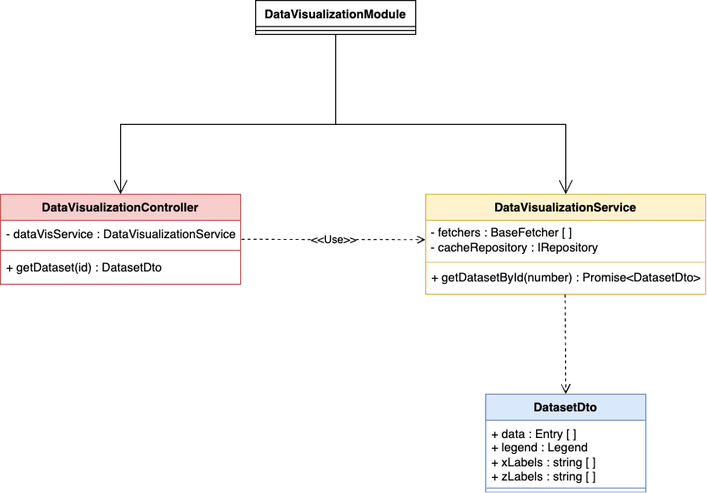
Earlier version of the draw.io export Docs/PB/Generali Esterni/specifica_tecnica/template/images/uml_back/DatavisModule.png (6BitBusters/6BitBusters.github.io). Source tidied: cells renumbered, new cells last; positions are measured from the earlier drawing's top-left corner, leaving out a move shared by most shapes. The source it was exported from:
```xml
<mxGraphModel>
  <root>
    <mxCell id="0" />
    <mxCell id="1" parent="0" />
    <mxCell id="2" value="DataVisualizationModule" style="swimlane;fontStyle=1;align=center;verticalAlign=top;horizontal=1;startSize=26;whiteSpace=wrap;html=1;" parent="1" vertex="1">
      <mxGeometry x="255" width="160" height="34" as="geometry" />
    </mxCell>
    <mxCell id="3" style="line;strokeWidth=1;fillColor=none;align=left;verticalAlign=middle;spacingTop=-1;spacingLeft=3;spacingRight=3;labelPosition=right;points=[];portConstraint=eastwest;strokeColor=inherit;" parent="2" vertex="1">
      <mxGeometry y="26" width="160" height="8" as="geometry" />
    </mxCell>
    <mxCell id="4" value="DataVisualizationController" style="swimlane;fontStyle=1;align=center;verticalAlign=top;horizontal=1;startSize=26;whiteSpace=wrap;html=1;fillColor=#f8cecc;strokeColor=#b85450;" parent="1" vertex="1">
      <mxGeometry y="194" width="240" height="90" as="geometry" />
    </mxCell>
    <mxCell id="5" value="- dataVisService : DataVisualizationService" style="text;strokeColor=none;fillColor=none;align=left;verticalAlign=top;spacingLeft=4;spacingRight=4;overflow=hidden;points=[[0,0.5],[1,0.5]];portConstraint=eastwest;whiteSpace=wrap;html=1;" parent="4" vertex="1">
      <mxGeometry y="26" width="240" height="26" as="geometry" />
    </mxCell>
    <mxCell id="6" style="line;strokeWidth=1;fillColor=none;align=left;verticalAlign=middle;spacingTop=-1;spacingLeft=3;spacingRight=3;labelPosition=right;strokeColor=inherit;" parent="4" vertex="1">
      <mxGeometry y="52" width="240" height="8" as="geometry" />
    </mxCell>
    <mxCell id="7" value="+ getDataset(id) : DatasetDto" style="text;strokeColor=none;fillColor=none;align=left;verticalAlign=top;spacingLeft=4;spacingRight=4;overflow=hidden;points=[[0,0.5],[1,0.5]];portConstraint=eastwest;whiteSpace=wrap;html=1;" parent="4" vertex="1">
      <mxGeometry y="60" width="240" height="30" as="geometry" />
    </mxCell>
    <mxCell id="8" value="DataVisualizationService" style="swimlane;fontStyle=1;align=center;verticalAlign=top;horizontal=1;startSize=26;whiteSpace=wrap;html=1;fillColor=#fff2cc;strokeColor=#d6b656;" parent="1" vertex="1">
      <mxGeometry x="425" y="194" width="280" height="100" as="geometry" />
    </mxCell>
    <mxCell id="9" value="&amp;nbsp;- fetchers : BaseFetcher [ ]&lt;div&gt;&amp;nbsp;- cacheRepository : IRepository&lt;/div&gt;" style="text;html=1;align=left;verticalAlign=middle;points=[];strokeColor=none;fillColor=none;" parent="8" vertex="1">
      <mxGeometry y="26" width="280" height="40" as="geometry" />
    </mxCell>
    <mxCell id="10" value="&#10;" style="line;strokeWidth=1;fillColor=none;align=left;verticalAlign=middle;spacingTop=-1;spacingLeft=3;spacingRight=3;labelPosition=right;strokeColor=inherit;" parent="8" vertex="1">
      <mxGeometry y="66" width="280" height="4" as="geometry" />
    </mxCell>
    <mxCell id="11" value="+ getDatasetById(number) : Promise&amp;lt;DatasetDto&amp;gt;" style="text;strokeColor=none;fillColor=none;align=left;verticalAlign=top;spacingLeft=4;spacingRight=4;overflow=hidden;points=[[0,0.5],[1,0.5]];portConstraint=eastwest;whiteSpace=wrap;html=1;" parent="8" vertex="1">
      <mxGeometry y="70" width="280" height="30" as="geometry" />
    </mxCell>
    <mxCell id="12" style="endArrow=open;endFill=1;endSize=12;html=1;rounded=0;entryX=0.5;entryY=0;entryDx=0;entryDy=0;" parent="1" edge="1" target="4">
      <mxGeometry relative="1" as="geometry">
        <mxPoint x="335" y="124" as="sourcePoint" />
        <Array as="points">
          <mxPoint x="120" y="124" />
        </Array>
      </mxGeometry>
    </mxCell>
    <mxCell id="13" style="endArrow=none;html=1;rounded=0;entryX=0.5;entryY=1;entryDx=0;entryDy=0;" parent="1" edge="1" target="2">
      <mxGeometry relative="1" as="geometry">
        <mxPoint x="335" y="124" as="sourcePoint" />
      </mxGeometry>
    </mxCell>
    <mxCell id="14" value="&amp;lt;&amp;lt;Use&amp;gt;&amp;gt;" style="endArrow=open;dashed=1;html=1;rounded=0;entryX=-0.001;entryY=0.483;entryDx=0;entryDy=0;entryPerimeter=0;" parent="1" edge="1" target="9">
      <mxGeometry relative="1" as="geometry">
        <mxPoint x="241" y="239" as="sourcePoint" />
      </mxGeometry>
    </mxCell>
    <mxCell id="15" style="endArrow=open;endFill=1;endSize=12;html=1;rounded=0;entryX=0.5;entryY=0;entryDx=0;entryDy=0;" parent="1" edge="1" target="8">
      <mxGeometry relative="1" as="geometry">
        <mxPoint x="335" y="124" as="sourcePoint" />
        <Array as="points">
          <mxPoint x="565" y="124" />
        </Array>
      </mxGeometry>
    </mxCell>
    <mxCell id="16" style="html=1;verticalAlign=bottom;endArrow=open;dashed=1;endSize=8;curved=0;rounded=0;entryX=0.5;entryY=0;entryDx=0;entryDy=0;exitX=0.498;exitY=1.004;exitDx=0;exitDy=0;exitPerimeter=0;" parent="1" edge="1" source="11" target="17">
      <mxGeometry relative="1" as="geometry" />
    </mxCell>
    <mxCell id="17" value="DatasetDto" style="swimlane;fontStyle=1;align=center;verticalAlign=top;horizontal=1;startSize=26;whiteSpace=wrap;html=1;fillColor=#dae8fc;strokeColor=#6c8ebf;" parent="1" vertex="1">
      <mxGeometry x="485" y="394" width="160" height="98" as="geometry" />
    </mxCell>
    <mxCell id="18" value="+ data : Entry [ ]&lt;div&gt;+ legend : Legend&lt;/div&gt;&lt;div&gt;+ xLabels : string [ ]&lt;/div&gt;&lt;div&gt;+ zLabels : string [ ]&lt;/div&gt;" style="text;strokeColor=none;fillColor=none;align=left;verticalAlign=top;spacingLeft=4;spacingRight=4;overflow=hidden;whiteSpace=wrap;html=1;" parent="17" vertex="1">
      <mxGeometry y="26" width="160" height="64" as="geometry" />
    </mxCell>
    <mxCell id="19" style="line;strokeWidth=1;fillColor=none;align=left;verticalAlign=middle;spacingTop=-1;spacingLeft=3;spacingRight=3;labelPosition=right;strokeColor=inherit;" parent="17" vertex="1">
      <mxGeometry y="90" width="160" height="8" as="geometry" />
    </mxCell>
  </root>
</mxGraphModel>
```
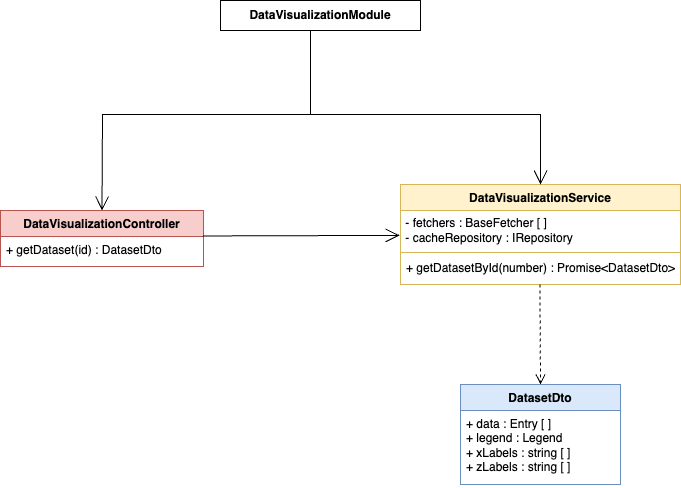
The same diagram one commit later.

Change to the diagram source:
```diff
@@ -2,73 +2,60 @@
   <root>
     <mxCell id="0" />
     <mxCell id="1" parent="0" />
-    <mxCell id="2" value="DataVisualizationModule" style="swimlane;fontStyle=1;align=center;verticalAlign=top;horizontal=1;startSize=26;whiteSpace=wrap;html=1;" parent="1" vertex="1">
-      <mxGeometry x="255" width="160" height="34" as="geometry" />
+    <mxCell id="2" value="DataVisualizationController" style="swimlane;fontStyle=1;align=center;verticalAlign=top;horizontal=1;startSize=26;whiteSpace=wrap;html=1;fillColor=#f8cecc;strokeColor=#b85450;" parent="1" vertex="1">
+      <mxGeometry x="25" y="220" width="203" height="56" as="geometry" />
     </mxCell>
-    <mxCell id="3" style="line;strokeWidth=1;fillColor=none;align=left;verticalAlign=middle;spacingTop=-1;spacingLeft=3;spacingRight=3;labelPosition=right;points=[];portConstraint=eastwest;strokeColor=inherit;" parent="2" vertex="1">
-      <mxGeometry y="26" width="160" height="8" as="geometry" />
+    <mxCell id="3" value="+ getDataset(id) : DatasetDto" style="text;strokeColor=none;fillColor=none;align=left;verticalAlign=top;spacingLeft=4;spacingRight=4;overflow=hidden;points=[[0,0.5],[1,0.5]];portConstraint=eastwest;whiteSpace=wrap;html=1;" parent="2" vertex="1">
+      <mxGeometry y="26" width="203" height="30" as="geometry" />
     </mxCell>
-    <mxCell id="4" value="DataVisualizationController" style="swimlane;fontStyle=1;align=center;verticalAlign=top;horizontal=1;startSize=26;whiteSpace=wrap;html=1;fillColor=#f8cecc;strokeColor=#b85450;" parent="1" vertex="1">
-      <mxGeometry y="194" width="240" height="90" as="geometry" />
+    <mxCell id="4" value="DataVisualizationService" style="swimlane;fontStyle=1;align=center;verticalAlign=top;horizontal=1;startSize=26;whiteSpace=wrap;html=1;fillColor=#fff2cc;strokeColor=#d6b656;" parent="1" vertex="1">
+      <mxGeometry x="425" y="194" width="280" height="100" as="geometry" />
     </mxCell>
-    <mxCell id="5" value="- dataVisService : DataVisualizationService" style="text;strokeColor=none;fillColor=none;align=left;verticalAlign=top;spacingLeft=4;spacingRight=4;overflow=hidden;points=[[0,0.5],[1,0.5]];portConstraint=eastwest;whiteSpace=wrap;html=1;" parent="4" vertex="1">
-      <mxGeometry y="26" width="240" height="26" as="geometry" />
+    <mxCell id="5" value="&amp;nbsp;- fetchers : BaseFetcher [ ]&lt;div&gt;&amp;nbsp;- cacheRepository : IRepository&lt;/div&gt;" style="text;html=1;align=left;verticalAlign=middle;points=[];strokeColor=none;fillColor=none;" parent="4" vertex="1">
+      <mxGeometry y="26" width="280" height="40" as="geometry" />
     </mxCell>
-    <mxCell id="6" style="line;strokeWidth=1;fillColor=none;align=left;verticalAlign=middle;spacingTop=-1;spacingLeft=3;spacingRight=3;labelPosition=right;strokeColor=inherit;" parent="4" vertex="1">
-      <mxGeometry y="52" width="240" height="8" as="geometry" />
+    <mxCell id="6" value="&#10;" style="line;strokeWidth=1;fillColor=none;align=left;verticalAlign=middle;spacingTop=-1;spacingLeft=3;spacingRight=3;labelPosition=right;strokeColor=inherit;" parent="4" vertex="1">
+      <mxGeometry y="66" width="280" height="4" as="geometry" />
     </mxCell>
-    <mxCell id="7" value="+ getDataset(id) : DatasetDto" style="text;strokeColor=none;fillColor=none;align=left;verticalAlign=top;spacingLeft=4;spacingRight=4;overflow=hidden;points=[[0,0.5],[1,0.5]];portConstraint=eastwest;whiteSpace=wrap;html=1;" parent="4" vertex="1">
-      <mxGeometry y="60" width="240" height="30" as="geometry" />
+    <mxCell id="7" value="+ getDatasetById(number) : Promise&amp;lt;DatasetDto&amp;gt;" style="text;strokeColor=none;fillColor=none;align=left;verticalAlign=top;spacingLeft=4;spacingRight=4;overflow=hidden;points=[[0,0.5],[1,0.5]];portConstraint=eastwest;whiteSpace=wrap;html=1;" parent="4" vertex="1">
+      <mxGeometry y="70" width="280" height="30" as="geometry" />
     </mxCell>
-    <mxCell id="8" value="DataVisualizationService" style="swimlane;fontStyle=1;align=center;verticalAlign=top;horizontal=1;startSize=26;whiteSpace=wrap;html=1;fillColor=#fff2cc;strokeColor=#d6b656;" parent="1" vertex="1">
-      <mxGeometry x="425" y="194" width="280" height="100" as="geometry" />
+    <mxCell id="8" style="endArrow=open;endFill=1;endSize=12;html=1;rounded=0;entryX=0.5;entryY=0;entryDx=0;entryDy=0;" parent="1" edge="1" target="2">
+      <mxGeometry relative="1" as="geometry">
+        <mxPoint x="335" y="124" as="sourcePoint" />
+        <Array as="points">
+          <mxPoint x="127" y="124" />
+        </Array>
+      </mxGeometry>
     </mxCell>
-    <mxCell id="9" value="&amp;nbsp;- fetchers : BaseFetcher [ ]&lt;div&gt;&amp;nbsp;- cacheRepository : IRepository&lt;/div&gt;" style="text;html=1;align=left;verticalAlign=middle;points=[];strokeColor=none;fillColor=none;" parent="8" vertex="1">
-      <mxGeometry y="26" width="280" height="40" as="geometry" />
+    <mxCell id="9" style="endArrow=none;html=1;rounded=0;entryX=0.5;entryY=1;entryDx=0;entryDy=0;" parent="1" edge="1">
+      <mxGeometry relative="1" as="geometry">
+        <mxPoint x="335" y="124" as="sourcePoint" />
+        <mxPoint x="335" y="34" as="targetPoint" />
+      </mxGeometry>
     </mxCell>
-    <mxCell id="10" value="&#10;" style="line;strokeWidth=1;fillColor=none;align=left;verticalAlign=middle;spacingTop=-1;spacingLeft=3;spacingRight=3;labelPosition=right;strokeColor=inherit;" parent="8" vertex="1">
-      <mxGeometry y="66" width="280" height="4" as="geometry" />
+    <mxCell id="10" style="endArrow=open;endFill=1;endSize=12;html=1;rounded=0;entryX=0.5;entryY=0;entryDx=0;entryDy=0;" parent="1" edge="1" target="4">
+      <mxGeometry relative="1" as="geometry">
+        <mxPoint x="335" y="124" as="sourcePoint" />
+        <Array as="points">
+          <mxPoint x="565" y="124" />
+        </Array>
+      </mxGeometry>
     </mxCell>
-    <mxCell id="11" value="+ getDatasetById(number) : Promise&amp;lt;DatasetDto&amp;gt;" style="text;strokeColor=none;fillColor=none;align=left;verticalAlign=top;spacingLeft=4;spacingRight=4;overflow=hidden;points=[[0,0.5],[1,0.5]];portConstraint=eastwest;whiteSpace=wrap;html=1;" parent="8" vertex="1">
-      <mxGeometry y="70" width="280" height="30" as="geometry" />
+    <mxCell id="11" style="html=1;verticalAlign=bottom;endArrow=open;dashed=1;endSize=8;curved=0;rounded=0;entryX=0.5;entryY=0;entryDx=0;entryDy=0;exitX=0.498;exitY=1.004;exitDx=0;exitDy=0;exitPerimeter=0;" parent="1" edge="1" source="7" target="12">
+      <mxGeometry relative="1" as="geometry" />
     </mxCell>
-    <mxCell id="12" style="endArrow=open;endFill=1;endSize=12;html=1;rounded=0;entryX=0.5;entryY=0;entryDx=0;entryDy=0;" parent="1" edge="1" target="4">
-      <mxGeometry relative="1" as="geometry">
-        <mxPoint x="335" y="124" as="sourcePoint" />
-        <Array as="points">
-          <mxPoint x="120" y="124" />
-        </Array>
-      </mxGeometry>
+    <mxCell id="12" value="DatasetDto" style="swimlane;fontStyle=1;align=center;verticalAlign=top;horizontal=1;startSize=26;whiteSpace=wrap;html=1;fillColor=#dae8fc;strokeColor=#6c8ebf;" parent="1" vertex="1">
+      <mxGeometry x="485" y="394" width="160" height="100" as="geometry" />
     </mxCell>
-    <mxCell id="13" style="endArrow=none;html=1;rounded=0;entryX=0.5;entryY=1;entryDx=0;entryDy=0;" parent="1" edge="1" target="2">
-      <mxGeometry relative="1" as="geometry">
-        <mxPoint x="335" y="124" as="sourcePoint" />
-      </mxGeometry>
+    <mxCell id="13" value="+ data : Entry [ ]&lt;div&gt;+ legend : Legend&lt;/div&gt;&lt;div&gt;+ xLabels : string [ ]&lt;/div&gt;&lt;div&gt;+ zLabels : string [ ]&lt;/div&gt;" style="text;strokeColor=none;fillColor=none;align=left;verticalAlign=top;spacingLeft=4;spacingRight=4;overflow=hidden;whiteSpace=wrap;html=1;" parent="12" vertex="1">
+      <mxGeometry y="26" width="160" height="74" as="geometry" />
     </mxCell>
-    <mxCell id="14" value="&amp;lt;&amp;lt;Use&amp;gt;&amp;gt;" style="endArrow=open;dashed=1;html=1;rounded=0;entryX=-0.001;entryY=0.483;entryDx=0;entryDy=0;entryPerimeter=0;" parent="1" edge="1" target="9">
-      <mxGeometry relative="1" as="geometry">
-        <mxPoint x="241" y="239" as="sourcePoint" />
-      </mxGeometry>
+    <mxCell id="14" value="&lt;span style=&quot;font-weight: 700;&quot;&gt;DataVisualizationModule&lt;/span&gt;" style="html=1;whiteSpace=wrap;" parent="1" vertex="1">
+      <mxGeometry x="245" y="10" width="200" height="30" as="geometry" />
     </mxCell>
-    <mxCell id="15" style="endArrow=open;endFill=1;endSize=12;html=1;rounded=0;entryX=0.5;entryY=0;entryDx=0;entryDy=0;" parent="1" edge="1" target="8">
-      <mxGeometry relative="1" as="geometry">
-        <mxPoint x="335" y="124" as="sourcePoint" />
-        <Array as="points">
-          <mxPoint x="565" y="124" />
-        </Array>
-      </mxGeometry>
+    <mxCell id="15" style="endArrow=open;endFill=1;endSize=12;html=1;rounded=0;exitX=0.996;exitY=-0.018;exitDx=0;exitDy=0;exitPerimeter=0;entryX=-0.003;entryY=0.622;entryDx=0;entryDy=0;entryPerimeter=0;" parent="1" edge="1" source="3" target="5">
+      <mxGeometry relative="1" as="geometry" />
     </mxCell>
-    <mxCell id="16" style="html=1;verticalAlign=bottom;endArrow=open;dashed=1;endSize=8;curved=0;rounded=0;entryX=0.5;entryY=0;entryDx=0;entryDy=0;exitX=0.498;exitY=1.004;exitDx=0;exitDy=0;exitPerimeter=0;" parent="1" edge="1" source="11" target="17">
-      <mxGeometry relative="1" as="geometry" />
-    </mxCell>
-    <mxCell id="17" value="DatasetDto" style="swimlane;fontStyle=1;align=center;verticalAlign=top;horizontal=1;startSize=26;whiteSpace=wrap;html=1;fillColor=#dae8fc;strokeColor=#6c8ebf;" parent="1" vertex="1">
-      <mxGeometry x="485" y="394" width="160" height="98" as="geometry" />
-    </mxCell>
-    <mxCell id="18" value="+ data : Entry [ ]&lt;div&gt;+ legend : Legend&lt;/div&gt;&lt;div&gt;+ xLabels : string [ ]&lt;/div&gt;&lt;div&gt;+ zLabels : string [ ]&lt;/div&gt;" style="text;strokeColor=none;fillColor=none;align=left;verticalAlign=top;spacingLeft=4;spacingRight=4;overflow=hidden;whiteSpace=wrap;html=1;" parent="17" vertex="1">
-      <mxGeometry y="26" width="160" height="64" as="geometry" />
-    </mxCell>
-    <mxCell id="19" style="line;strokeWidth=1;fillColor=none;align=left;verticalAlign=middle;spacingTop=-1;spacingLeft=3;spacingRight=3;labelPosition=right;strokeColor=inherit;" parent="17" vertex="1">
-      <mxGeometry y="90" width="160" height="8" as="geometry" />
-    </mxCell>
   </root>
 </mxGraphModel>
```
